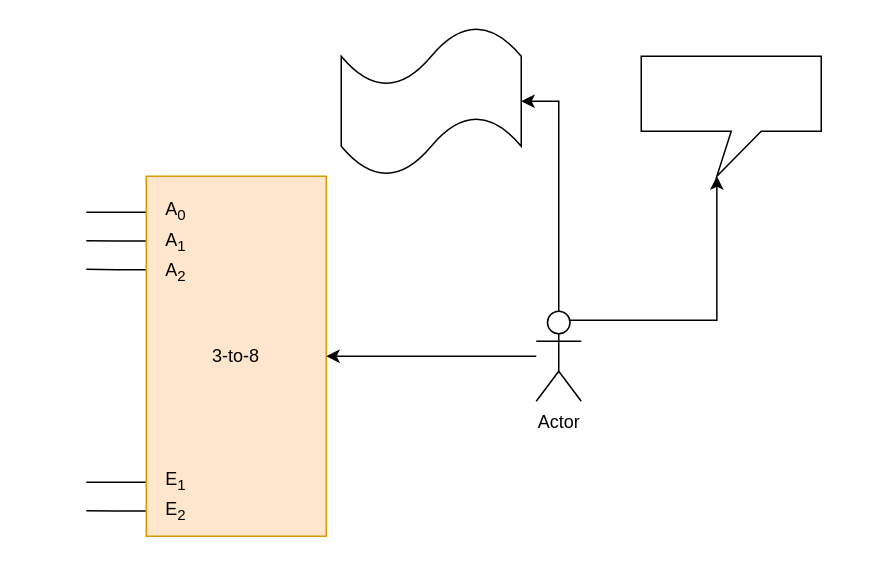
This is 2nd Series/Exercise6_Circuit.drawio from konstantinosk31/Microcomputer-Systems, a draw.io file, before an edit. Source tidied: cells renumbered, new cells numbered last; positions are measured from the earlier drawing's top-left corner, leaving out a move shared by most shapes. Both pictures are drawn from the tidied source at 150%, with x=0, y=0 at pixel (86, 26).
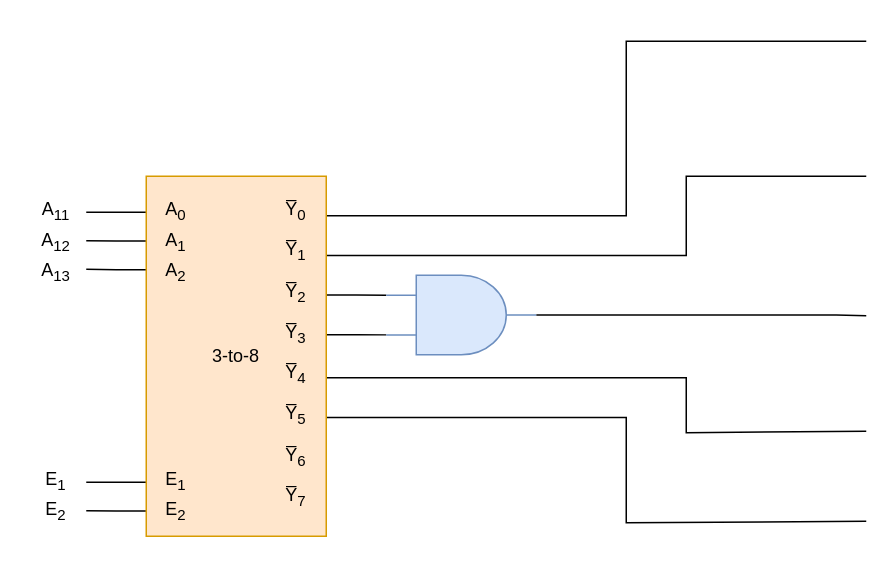
The same page after the edit.

The change refers to these unchanged cells:
```xml
<mxCell id="7" value="&lt;div&gt;3-to-8&lt;/div&gt;" style="rounded=0;whiteSpace=wrap;html=1;points=[[0,0.1,0,0,0],[0,0.18,0,0,0],[0,0.26,0,0,0],[0,0.85,0,0,0],[0,0.93,0,0,0],[1,0.11,0,0,0],[1,0.22,0,0,0],[1,0.33,0,0,0],[1,0.44,0,0,0],[1,0.56,0,0,0],[1,0.67,0,0,0],[1,0.78,0,0,0],[1,0.89,0,0,0]];fillColor=#ffe6cc;strokeColor=#d79b00;" parent="1" vertex="1">
  <mxGeometry x="40" y="100" width="120" height="240" as="geometry" />
</mxCell>
```

Change to the diagram source:
```diff
@@
+    <mxCell id="19" style="edgeStyle=orthogonalEdgeStyle;rounded=0;jettySize=auto;html=1;exitX=1;exitY=0.33;exitDx=0;exitDy=0;exitPerimeter=0;endArrow=none;endFill=0;entryX=0;entryY=0.25;entryDx=0;entryDy=0;entryPerimeter=0;" parent="1" edge="1" source="7" target="39">
+      <mxGeometry relative="1" as="geometry" />
+    </mxCell>
+    <mxCell id="20" style="edgeStyle=orthogonalEdgeStyle;rounded=0;jettySize=auto;html=1;exitX=1;exitY=0.44;exitDx=0;exitDy=0;exitPerimeter=0;endArrow=none;endFill=0;entryX=0;entryY=0.75;entryDx=0;entryDy=0;entryPerimeter=0;" parent="1" edge="1" source="7" target="39">
+      <mxGeometry relative="1" as="geometry" />
+    </mxCell>
+    <mxCell id="21" style="edgeStyle=orthogonalEdgeStyle;rounded=0;jettySize=auto;html=1;exitX=1;exitY=0.56;exitDx=0;exitDy=0;exitPerimeter=0;endArrow=none;endFill=0;" parent="1" edge="1" source="7">
+      <mxGeometry relative="1" as="geometry">
+        <mxPoint x="520" y="270" as="targetPoint" />
+        <Array as="points">
+          <mxPoint x="400" y="234" />
+          <mxPoint x="400" y="271" />
+        </Array>
+      </mxGeometry>
+    </mxCell>
+    <mxCell id="22" style="edgeStyle=orthogonalEdgeStyle;rounded=0;jettySize=auto;html=1;exitX=1;exitY=0.67;exitDx=0;exitDy=0;exitPerimeter=0;endArrow=none;endFill=0;" parent="1" edge="1" source="7">
+      <mxGeometry relative="1" as="geometry">
+        <mxPoint x="520" y="330" as="targetPoint" />
+        <Array as="points">
+          <mxPoint x="360" y="261" />
+          <mxPoint x="360" y="331" />
+        </Array>
+      </mxGeometry>
+    </mxCell>
+    <mxCell id="23" style="edgeStyle=orthogonalEdgeStyle;rounded=0;jettySize=auto;html=1;exitX=1;exitY=0.11;exitDx=0;exitDy=0;exitPerimeter=0;endArrow=none;endFill=0;" parent="1" edge="1" source="7">
+      <mxGeometry relative="1" as="geometry">
+        <mxPoint x="520" y="10" as="targetPoint" />
+        <Array as="points">
+          <mxPoint x="360" y="126" />
+          <mxPoint x="360" y="10" />
+        </Array>
+      </mxGeometry>
+    </mxCell>
+    <mxCell id="24" style="edgeStyle=orthogonalEdgeStyle;rounded=0;jettySize=auto;html=1;exitX=1;exitY=0.22;exitDx=0;exitDy=0;exitPerimeter=0;endArrow=none;endFill=0;" parent="1" edge="1" source="7">
+      <mxGeometry relative="1" as="geometry">
+        <mxPoint x="520" y="100" as="targetPoint" />
+        <Array as="points">
+          <mxPoint x="400" y="153" />
+          <mxPoint x="400" y="100" />
+        </Array>
+      </mxGeometry>
+    </mxCell>
@@
-    <mxCell id="8" style="edgeStyle=orthogonalEdgeStyle;rounded=0;jettySize=auto;html=1;" parent="1" edge="1" source="9" target="7">
-      <mxGeometry relative="1" as="geometry" />
-    </mxCell>
-    <mxCell id="9" value="Actor" style="shape=umlActor;verticalLabelPosition=bottom;verticalAlign=top;html=1;outlineConnect=0;" parent="1" vertex="1">
-      <mxGeometry x="300" y="190" width="30" height="60" as="geometry" />
-    </mxCell>
-    <mxCell id="10" style="shape=tape;whiteSpace=wrap;html=1;" parent="1" vertex="1">
-      <mxGeometry x="170" width="120" height="100" as="geometry" />
-    </mxCell>
-    <mxCell id="11" style="edgeStyle=orthogonalEdgeStyle;rounded=0;jettySize=auto;html=1;exitX=0.5;exitY=0;exitDx=0;exitDy=0;exitPerimeter=0;entryX=1;entryY=0.5;entryDx=0;entryDy=0;entryPerimeter=0;" parent="1" edge="1" source="9" target="10">
-      <mxGeometry relative="1" as="geometry" />
-    </mxCell>
-    <mxCell id="12" style="shape=callout;whiteSpace=wrap;html=1;perimeter=calloutPerimeter;position2=0.42;" parent="1" vertex="1">
-      <mxGeometry x="370" y="20" width="120" height="80" as="geometry" />
-    </mxCell>
-    <mxCell id="13" style="edgeStyle=orthogonalEdgeStyle;rounded=0;jettySize=auto;html=1;exitX=0.75;exitY=0.1;exitDx=0;exitDy=0;exitPerimeter=0;entryX=0;entryY=0;entryDx=50.4;entryDy=80;entryPerimeter=0;" parent="1" edge="1" source="9" target="12">
-      <mxGeometry relative="1" as="geometry" />
-    </mxCell>
@@
+    <mxCell id="25" value="A&lt;sub&gt;11&lt;/sub&gt;" style="text;html=1;align=center;verticalAlign=middle;whiteSpace=wrap;rounded=0;" parent="1" vertex="1">
+      <mxGeometry x="-40" y="113" width="40" height="20" as="geometry" />
+    </mxCell>
+    <mxCell id="26" value="A&lt;sub&gt;12&lt;/sub&gt;" style="text;html=1;align=center;verticalAlign=middle;whiteSpace=wrap;rounded=0;" parent="1" vertex="1">
+      <mxGeometry x="-40" y="134" width="40" height="20" as="geometry" />
+    </mxCell>
+    <mxCell id="27" value="A&lt;sub&gt;13&lt;/sub&gt;" style="text;html=1;align=center;verticalAlign=middle;whiteSpace=wrap;rounded=0;" parent="1" vertex="1">
+      <mxGeometry x="-40" y="154" width="40" height="20" as="geometry" />
+    </mxCell>
+    <mxCell id="28" value="E&lt;sub&gt;1&lt;/sub&gt;" style="text;html=1;align=center;verticalAlign=middle;whiteSpace=wrap;rounded=0;" parent="1" vertex="1">
+      <mxGeometry x="-40" y="293" width="40" height="20" as="geometry" />
+    </mxCell>
+    <mxCell id="29" value="E&lt;sub&gt;2&lt;/sub&gt;" style="text;html=1;align=center;verticalAlign=middle;whiteSpace=wrap;rounded=0;" parent="1" vertex="1">
+      <mxGeometry x="-40" y="313" width="40" height="20" as="geometry" />
+    </mxCell>
+    <mxCell id="30" value="Y̅&lt;sub&gt;0&lt;/sub&gt;" style="text;html=1;align=center;verticalAlign=middle;whiteSpace=wrap;rounded=0;" parent="1" vertex="1">
+      <mxGeometry x="120" y="113" width="40" height="20" as="geometry" />
+    </mxCell>
+    <mxCell id="31" value="Y̅&lt;sub&gt;1&lt;/sub&gt;" style="text;html=1;align=center;verticalAlign=middle;whiteSpace=wrap;rounded=0;" parent="1" vertex="1">
+      <mxGeometry x="120" y="140" width="40" height="20" as="geometry" />
+    </mxCell>
+    <mxCell id="32" value="Y̅&lt;sub&gt;2&lt;/sub&gt;" style="text;html=1;align=center;verticalAlign=middle;whiteSpace=wrap;rounded=0;" parent="1" vertex="1">
+      <mxGeometry x="120" y="168" width="40" height="20" as="geometry" />
+    </mxCell>
+    <mxCell id="33" value="Y̅&lt;sub&gt;3&lt;/sub&gt;" style="text;html=1;align=center;verticalAlign=middle;whiteSpace=wrap;rounded=0;" parent="1" vertex="1">
+      <mxGeometry x="120" y="195" width="40" height="20" as="geometry" />
+    </mxCell>
+    <mxCell id="34" value="Y̅&lt;sub&gt;4&lt;/sub&gt;" style="text;html=1;align=center;verticalAlign=middle;whiteSpace=wrap;rounded=0;" parent="1" vertex="1">
+      <mxGeometry x="120" y="222" width="40" height="20" as="geometry" />
+    </mxCell>
+    <mxCell id="35" value="Y̅&lt;sub&gt;5&lt;/sub&gt;" style="text;html=1;align=center;verticalAlign=middle;whiteSpace=wrap;rounded=0;" parent="1" vertex="1">
+      <mxGeometry x="120" y="249" width="40" height="20" as="geometry" />
+    </mxCell>
+    <mxCell id="36" value="Y̅&lt;sub&gt;6&lt;/sub&gt;" style="text;html=1;align=center;verticalAlign=middle;whiteSpace=wrap;rounded=0;" parent="1" vertex="1">
+      <mxGeometry x="120" y="277" width="40" height="20" as="geometry" />
+    </mxCell>
+    <mxCell id="37" value="Y̅&lt;sub&gt;7&lt;/sub&gt;" style="text;html=1;align=center;verticalAlign=middle;whiteSpace=wrap;rounded=0;" parent="1" vertex="1">
+      <mxGeometry x="120" y="304" width="40" height="20" as="geometry" />
+    </mxCell>
+    <mxCell id="38" style="edgeStyle=orthogonalEdgeStyle;rounded=0;jettySize=auto;html=1;exitX=1;exitY=0.5;exitDx=0;exitDy=0;exitPerimeter=0;endArrow=none;endFill=0;" parent="1" edge="1" source="39">
+      <mxGeometry relative="1" as="geometry">
+        <mxPoint x="520" y="193" as="targetPoint" />
+        <Array as="points">
+          <mxPoint x="500" y="193" />
+        </Array>
+      </mxGeometry>
+    </mxCell>
+    <mxCell id="39" style="verticalLabelPosition=bottom;shadow=0;dashed=0;align=center;html=1;verticalAlign=top;shape=mxgraph.electrical.logic_gates.logic_gate;operation=and;rotation=0;fillColor=#dae8fc;strokeColor=#6c8ebf;" parent="1" vertex="1">
+      <mxGeometry x="200" y="166" width="100" height="53" as="geometry" />
+    </mxCell>
```
